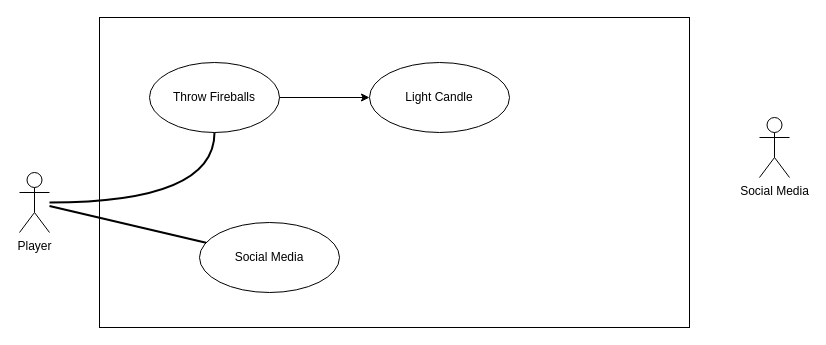
This is Untitled Diagram.drawio from SterlingGecko/CISC210, a draw.io file, before an edit. Source tidied: cells renumbered, new cells numbered last; positions are measured from the earlier drawing's top-left corner, leaving out a move shared by most shapes. Both pictures are drawn from the tidied source at 100%, with x=0, y=0 at pixel (19, 17).
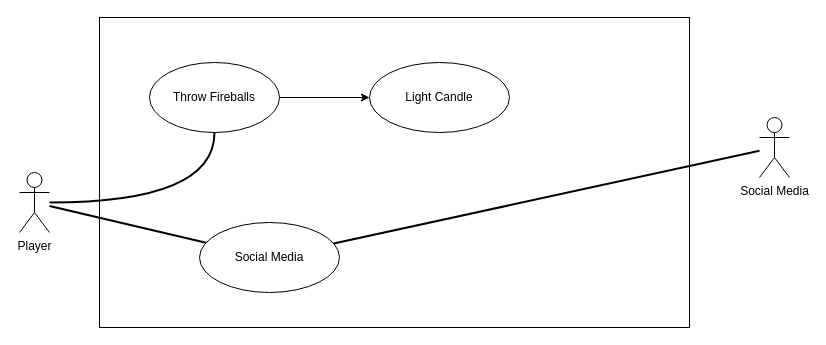
The same page after the edit.

Diff of the diagram source:
```diff
@@
 <mxGraphModel>
   <root>
     <mxCell id="0" />
     <mxCell id="1" parent="0" />
     <mxCell id="2" style="rounded=0;whiteSpace=wrap;html=1;fillColor=none;" parent="1" vertex="1">
       <mxGeometry x="80" width="590" height="310" as="geometry" />
     </mxCell>
     <mxCell id="3" style="rounded=0;jettySize=auto;html=1;startArrow=none;startFill=0;endArrow=none;endFill=0;strokeWidth=2;" parent="1" edge="1" source="4" target="8">
       <mxGeometry relative="1" as="geometry" />
     </mxCell>
     <mxCell id="4" value="Player" style="shape=umlActor;verticalLabelPosition=bottom;labelBackgroundColor=#ffffff;verticalAlign=top;html=1;shadow=0;" parent="1" vertex="1">
       <mxGeometry y="155" width="30" height="60" as="geometry" />
     </mxCell>
     <mxCell id="5" style="edgeStyle=orthogonalEdgeStyle;rounded=0;jettySize=auto;html=1;exitX=1;exitY=0.5;exitDx=0;exitDy=0;" parent="1" edge="1" source="6" target="7">
       <mxGeometry relative="1" as="geometry" />
     </mxCell>
     <mxCell id="6" value="Throw Fireballs" style="ellipse;whiteSpace=wrap;html=1;fillColor=none;" parent="1" vertex="1">
       <mxGeometry x="130" y="45" width="130" height="70" as="geometry" />
     </mxCell>
     <mxCell id="7" value="Light Candle" style="ellipse;whiteSpace=wrap;html=1;fillColor=none;" parent="1" vertex="1">
       <mxGeometry x="350" y="45" width="140" height="70" as="geometry" />
     </mxCell>
     <mxCell id="8" value="Social Media" style="ellipse;whiteSpace=wrap;html=1;fillColor=none;" parent="1" vertex="1">
       <mxGeometry x="180" y="205" width="140" height="70" as="geometry" />
     </mxCell>
+    <mxCell id="11" style="edgeStyle=none;rounded=0;jettySize=auto;html=1;startArrow=none;startFill=0;endArrow=none;endFill=0;strokeWidth=2;" parent="1" edge="1" source="9" target="8">
+      <mxGeometry relative="1" as="geometry" />
+    </mxCell>
     <mxCell id="9" value="Social Media" style="shape=umlActor;verticalLabelPosition=bottom;labelBackgroundColor=#ffffff;verticalAlign=top;html=1;fillColor=none;" parent="1" vertex="1">
       <mxGeometry x="740" y="100" width="30" height="60" as="geometry" />
     </mxCell>
     <mxCell id="10" style="rounded=0;jettySize=auto;html=1;endArrow=none;endFill=0;strokeWidth=2;edgeStyle=orthogonalEdgeStyle;elbow=vertical;curved=1;" parent="1" edge="1" source="4" target="6">
       <mxGeometry relative="1" as="geometry" />
     </mxCell>
   </root>
 </mxGraphModel>
```
